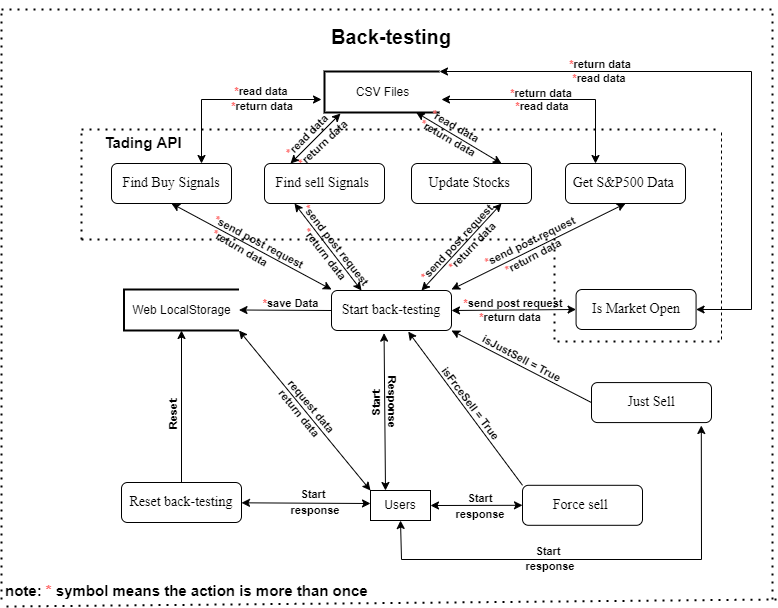
Above: The third data flow graph backTesting.drawio.png in nur1208/voice-assistant-Ai-for-finance (draw.io), before the change. Source tidied: cells renumbered, new cells last; positions are measured from the earlier drawing's top-left corner, leaving out a move shared by most shapes.
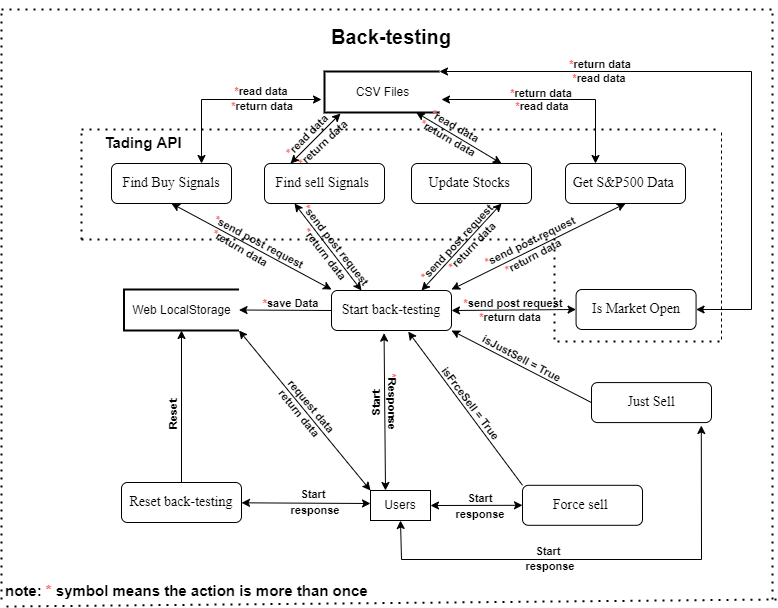
The same file after the commit.

The edit, as a diff of the source:
```diff
@@ -91,7 +91,7 @@
     <mxCell id="26" value="&lt;p class=&quot;MsoNormal&quot;&gt;&lt;span style=&quot;color: rgba(0 , 0 , 0 , 0) ; font-family: monospace ; font-size: 0px&quot;&gt;sss%3CmxGraphModel%3E%3Croot%3E%3CmxCell%20id%3D%220%22%2F%3E%3CmxCell%20id%3D%221%22%20parent%3D%220%22%2F%3E%3CmxCell%20id%3D%222%22%20value%3D%22%26lt%3Bp%20class%3D%26quot%3BMsoNormal%26quot%3B%26gt%3B%26lt%3Bspan%20style%3D%26quot%3Bfont-family%3A%20%26amp%3B%2334%3Btimes%20new%20roman%26amp%3B%2334%3B%20%3B%20font-size%3A%2010.5000pt%26quot%3B%26gt%3Bquestions%26amp%3Bnbsp%3B%26lt%3B%2Fspan%26gt%3B%26lt%3Bspan%20style%3D%26quot%3Bfont-family%3A%20%26amp%3B%2334%3Btimes%20new%20roman%26amp%3B%2334%3B%20%3B%20font-size%3A%2010.5pt%26quot%3B%26gt%3Bmodule%26lt%3B%2Fspan%26gt%3B%26lt%3B%2Fp%26gt%3B%22%20style%3D%22rounded%3D1%3BwhiteSpace%3Dwrap%3Bhtml%3D1%3BfontSize%3D12%3Bglass%3D0%3BstrokeWidth%3D1%3Bshadow%3D0%3B%22%20vertex%3D%221%22%20parent%3D%221%22%3E%3CmxGeometry%20x%3D%22420%22%20y%3D%22100%22%20width%3D%22120%22%20height%3D%2240%22%20as%3D%22geometry%22%2F%3E%3C%2FmxCell%3E%3C%2Froot%3E%3C%2FmxGraphModel%&lt;/span&gt;&lt;span style=&quot;font-family: &amp;#34;times new roman&amp;#34; ; font-size: 10.5pt&quot;&gt;Update Stocks&amp;nbsp;&lt;/span&gt;&lt;br&gt;&lt;/p&gt;" style="rounded=1;whiteSpace=wrap;html=1;fontSize=12;glass=0;strokeWidth=1;shadow=0;" parent="1" vertex="1">
       <mxGeometry x="410" y="154" width="120" height="40" as="geometry" />
     </mxCell>
-    <mxCell id="27" value="&lt;span style=&quot;font-size: 11px&quot;&gt;&lt;b&gt;Response&lt;/b&gt;&lt;/span&gt;" style="text;html=1;strokeColor=none;fillColor=none;align=center;verticalAlign=middle;whiteSpace=wrap;rounded=0;fontSize=12;rotation=90;" parent="1" vertex="1">
+    <mxCell id="27" value="&lt;span style=&quot;font-size: 11px&quot;&gt;&lt;b&gt;&lt;font color=&quot;#ff6666&quot;&gt;*&lt;/font&gt;Response&lt;/b&gt;&lt;/span&gt;" style="text;html=1;strokeColor=none;fillColor=none;align=center;verticalAlign=middle;whiteSpace=wrap;rounded=0;fontSize=12;rotation=90;" parent="1" vertex="1">
       <mxGeometry x="365.3" y="380" width="51.7" height="26.2" as="geometry" />
     </mxCell>
     <mxCell id="28" style="endArrow=classic;startArrow=classic;html=1;rounded=0;fontSize=20;exitX=1;exitY=0.5;exitDx=0;exitDy=0;entryX=0;entryY=0.5;entryDx=0;entryDy=0;" parent="1" edge="1" source="2" target="7">
```
